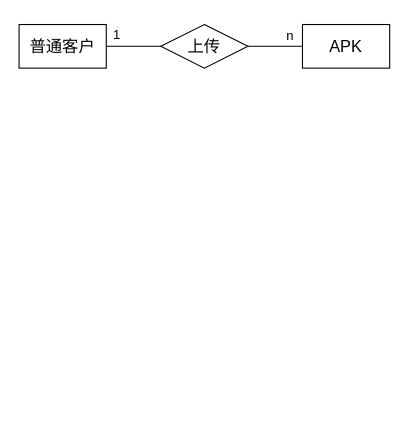
This is 文件存储架构.drawio from sunray42/diagrams, a draw.io file, before an edit. Source tidied: cells renumbered, new cells numbered last; positions are measured from the earlier drawing's top-left corner, leaving out a move shared by most shapes. Both pictures are drawn from the tidied source at 109%, with x=0, y=0 at pixel (19, 19).
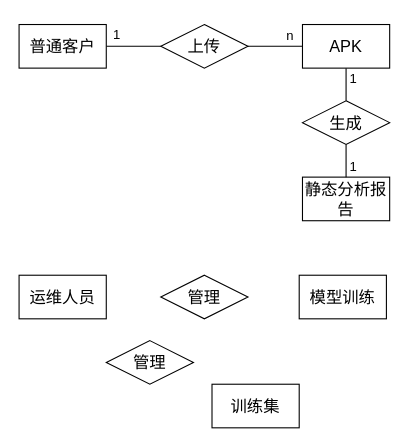
The same diagram, later.

Commit message (it also covers changes not shown here):
更新文件存储架构.drawio

What changed in the source:
```diff
@@
 <mxGraphModel>
   <root>
     <mxCell id="0" />
     <mxCell id="1" parent="0" />
     <mxCell id="2" style="edgeStyle=orthogonalEdgeStyle;rounded=0;jettySize=auto;html=1;exitX=1;exitY=0.5;exitDx=0;exitDy=0;entryX=0;entryY=0.5;entryDx=0;entryDy=0;endArrow=none;endFill=0;" parent="1" edge="1" source="3" target="6">
       <mxGeometry relative="1" as="geometry" />
     </mxCell>
     <mxCell id="3" value="&lt;font style=&quot;font-size: 15px;&quot;&gt;普通客户&lt;/font&gt;" style="rounded=0;whiteSpace=wrap;html=1;" parent="1" vertex="1">
       <mxGeometry y="5" width="80" height="40" as="geometry" />
     </mxCell>
+    <mxCell id="9" style="edgeStyle=orthogonalEdgeStyle;rounded=0;jettySize=auto;html=1;exitX=0.5;exitY=1;exitDx=0;exitDy=0;entryX=0.5;entryY=0;entryDx=0;entryDy=0;endArrow=none;endFill=0;" parent="1" edge="1" source="4" target="12">
+      <mxGeometry relative="1" as="geometry" />
+    </mxCell>
     <mxCell id="4" value="&lt;font style=&quot;font-size: 15px;&quot;&gt;APK&lt;/font&gt;" style="rounded=0;whiteSpace=wrap;html=1;" parent="1" vertex="1">
       <mxGeometry x="260" y="5" width="80" height="40" as="geometry" />
     </mxCell>
     <mxCell id="5" style="edgeStyle=orthogonalEdgeStyle;rounded=0;jettySize=auto;html=1;exitX=1;exitY=0.5;exitDx=0;exitDy=0;entryX=0;entryY=0.5;entryDx=0;entryDy=0;endArrow=none;endFill=0;" parent="1" edge="1" source="6" target="4">
       <mxGeometry relative="1" as="geometry" />
     </mxCell>
     <mxCell id="6" value="&lt;font style=&quot;font-size: 15px;&quot;&gt;上传&lt;/font&gt;" style="rhombus;whiteSpace=wrap;html=1;" parent="1" vertex="1">
       <mxGeometry x="130" y="5" width="80" height="40" as="geometry" />
     </mxCell>
     <mxCell id="7" value="1" style="text;html=1;align=center;verticalAlign=middle;whiteSpace=wrap;rounded=0;" parent="1" vertex="1">
       <mxGeometry x="60" width="60" height="30" as="geometry" />
     </mxCell>
     <mxCell id="8" value="n" style="text;html=1;align=center;verticalAlign=middle;whiteSpace=wrap;rounded=0;" parent="1" vertex="1">
       <mxGeometry x="219" y="1" width="60" height="30" as="geometry" />
     </mxCell>
+    <mxCell id="10" value="&lt;font style=&quot;font-size: 15px;&quot;&gt;静态分析报告&lt;/font&gt;" style="rounded=0;whiteSpace=wrap;html=1;" parent="1" vertex="1">
+      <mxGeometry x="260" y="145" width="80" height="40" as="geometry" />
+    </mxCell>
+    <mxCell id="11" style="edgeStyle=orthogonalEdgeStyle;rounded=0;jettySize=auto;html=1;exitX=0.5;exitY=1;exitDx=0;exitDy=0;entryX=0.5;entryY=0;entryDx=0;entryDy=0;endArrow=none;endFill=0;" parent="1" edge="1" source="12" target="10">
+      <mxGeometry relative="1" as="geometry" />
+    </mxCell>
+    <mxCell id="12" value="&lt;font style=&quot;font-size: 15px;&quot;&gt;生成&lt;/font&gt;" style="rhombus;whiteSpace=wrap;html=1;" parent="1" vertex="1">
+      <mxGeometry x="260" y="75" width="80" height="40" as="geometry" />
+    </mxCell>
+    <mxCell id="13" value="1" style="text;html=1;align=center;verticalAlign=middle;whiteSpace=wrap;rounded=0;" parent="1" vertex="1">
+      <mxGeometry x="277" y="40" width="60" height="30" as="geometry" />
+    </mxCell>
+    <mxCell id="14" value="1" style="text;html=1;align=center;verticalAlign=middle;whiteSpace=wrap;rounded=0;" parent="1" vertex="1">
+      <mxGeometry x="277" y="121" width="60" height="30" as="geometry" />
+    </mxCell>
+    <mxCell id="15" value="&lt;font style=&quot;font-size: 15px;&quot;&gt;运维人员&lt;/font&gt;" style="rounded=0;whiteSpace=wrap;html=1;" parent="1" vertex="1">
+      <mxGeometry y="235" width="80" height="40" as="geometry" />
+    </mxCell>
+    <mxCell id="16" value="&lt;font style=&quot;font-size: 15px;&quot;&gt;模型训练&lt;/font&gt;" style="rounded=0;whiteSpace=wrap;html=1;" parent="1" vertex="1">
+      <mxGeometry x="257" y="235" width="80" height="40" as="geometry" />
+    </mxCell>
+    <mxCell id="17" value="&lt;span style=&quot;font-size: 15px;&quot;&gt;训练集&lt;/span&gt;" style="rounded=0;whiteSpace=wrap;html=1;" parent="1" vertex="1">
+      <mxGeometry x="177" y="335" width="80" height="40" as="geometry" />
+    </mxCell>
+    <mxCell id="18" value="&lt;font style=&quot;font-size: 15px;&quot;&gt;管理&lt;/font&gt;" style="rhombus;whiteSpace=wrap;html=1;" parent="1" vertex="1">
+      <mxGeometry x="130" y="235" width="80" height="40" as="geometry" />
+    </mxCell>
+    <mxCell id="19" value="&lt;font style=&quot;font-size: 15px;&quot;&gt;管理&lt;/font&gt;" style="rhombus;whiteSpace=wrap;html=1;" parent="1" vertex="1">
+      <mxGeometry x="80" y="295" width="80" height="40" as="geometry" />
+    </mxCell>
   </root>
 </mxGraphModel>
```
